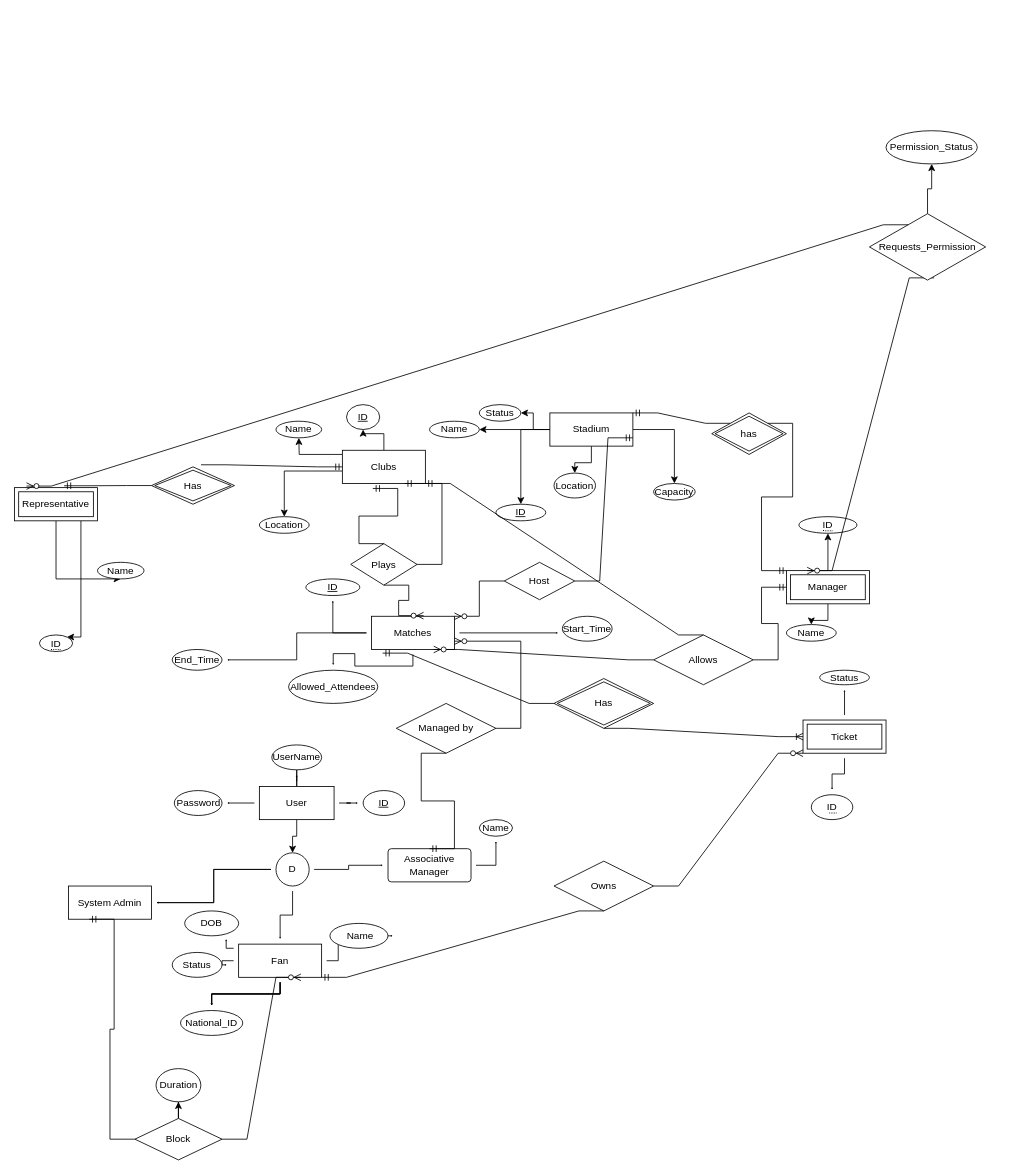
Aelmeky/Stadium_tickets_system keeps this draw.io diagram as MileStone(1).drawio. Above is the earlier version. Source tidied: cells renumbered, new cells numbered last; positions are measured from the earlier drawing's top-left corner, leaving out a move shared by most shapes. Both pictures are drawn from the tidied source at 83%, with x=0, y=0 at pixel (14, 130).
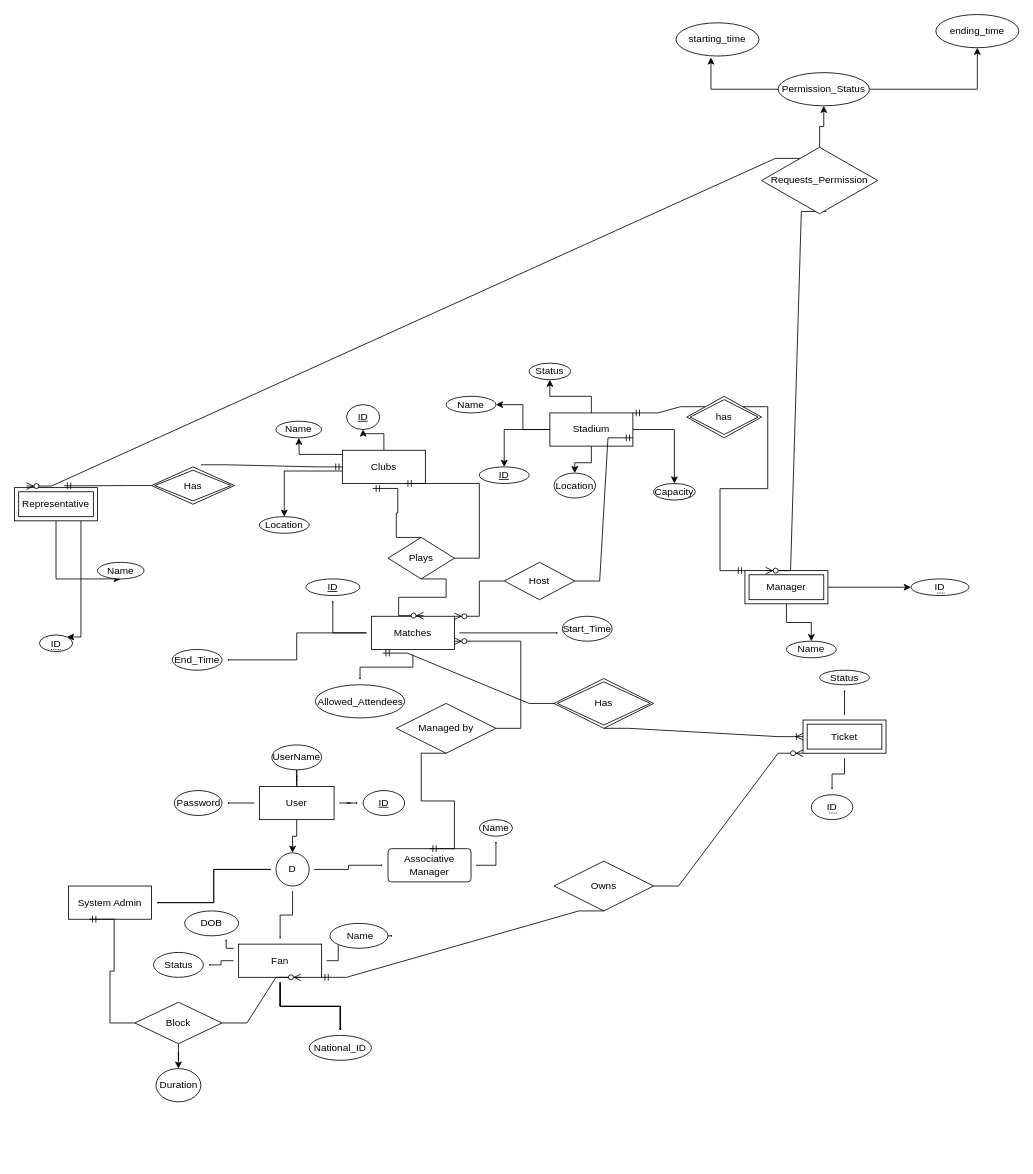
The same diagram, later.

Commit message:
feat: deleting 'allows' relation.

The change refers to these unchanged cells:
```xml
<mxCell id="16" value="Clubs" style="whiteSpace=wrap;html=1;align=center;" parent="1" vertex="1">
  <mxGeometry x="395" y="385" width="100" height="40" as="geometry" />
</mxCell>
<mxCell id="63" value="Matches" style="whiteSpace=wrap;html=1;align=center;" parent="1" vertex="1">
  <mxGeometry x="430" y="585" width="100" height="40" as="geometry" />
</mxCell>
```

Change to the diagram source:
```diff
@@
     <mxCell id="17" value="Name" style="ellipse;whiteSpace=wrap;html=1;align=center;" parent="1" vertex="1">
-      <mxGeometry x="500" y="350" width="60" height="20" as="geometry" />
+      <mxGeometry x="520" y="320" width="60" height="20" as="geometry" />
     </mxCell>
@@
     <mxCell id="19" value="ID" style="ellipse;whiteSpace=wrap;html=1;align=center;fontStyle=4;" parent="1" vertex="1">
-      <mxGeometry x="580" y="450" width="60" height="20" as="geometry" />
+      <mxGeometry x="560" y="405" width="60" height="20" as="geometry" />
     </mxCell>
@@
     <mxCell id="21" value="Status" style="ellipse;whiteSpace=wrap;html=1;align=center;" parent="1" vertex="1">
-      <mxGeometry x="560" y="330" width="50" height="20" as="geometry" />
+      <mxGeometry x="620" y="280" width="50" height="20" as="geometry" />
     </mxCell>
@@
     <mxCell id="32" value="Manager" style="shape=ext;margin=3;double=1;whiteSpace=wrap;html=1;align=center;" parent="1" vertex="1">
-      <mxGeometry x="930" y="530" width="100" height="40" as="geometry" />
+      <mxGeometry x="880" y="530" width="100" height="40" as="geometry" />
     </mxCell>
     <mxCell id="33" value="&lt;span style=&quot;border-bottom: 1px dotted&quot;&gt;ID&lt;/span&gt;" style="ellipse;whiteSpace=wrap;html=1;align=center;" parent="1" vertex="1">
-      <mxGeometry x="945" y="465" width="70" height="20" as="geometry" />
+      <mxGeometry x="1080" y="540" width="70" height="20" as="geometry" />
     </mxCell>
     <mxCell id="34" value="Name" style="ellipse;whiteSpace=wrap;html=1;align=center;" parent="1" vertex="1">
-      <mxGeometry x="930" y="595" width="60" height="20" as="geometry" />
+      <mxGeometry x="930" y="615" width="60" height="20" as="geometry" />
     </mxCell>
@@
     <mxCell id="56" value="Status" style="ellipse;whiteSpace=wrap;html=1;align=center;" parent="1" vertex="1">
-      <mxGeometry x="190" y="990" width="60" height="30" as="geometry" />
+      <mxGeometry x="167.5" y="990" width="60" height="30" as="geometry" />
     </mxCell>
@@
     <mxCell id="58" value="National_ID" style="ellipse;whiteSpace=wrap;html=1;align=center;" parent="1" vertex="1">
-      <mxGeometry x="200" y="1060" width="75" height="30" as="geometry" />
+      <mxGeometry x="355" y="1090" width="75" height="30" as="geometry" />
     </mxCell>
@@
     <mxCell id="67" value="Allowed_Attendees" style="ellipse;whiteSpace=wrap;html=1;align=center;" parent="1" vertex="1">
-      <mxGeometry x="330.2" y="650" width="107.5" height="40" as="geometry" />
+      <mxGeometry x="362.5" y="667.5" width="107.5" height="40" as="geometry" />
     </mxCell>
@@
     <mxCell id="76" value="Plays" style="shape=rhombus;perimeter=rhombusPerimeter;whiteSpace=wrap;html=1;align=center;" parent="1" vertex="1">
-      <mxGeometry x="405" y="497.5" width="80" height="50" as="geometry" />
+      <mxGeometry x="450" y="490" width="80" height="50" as="geometry" />
     </mxCell>
@@
     <mxCell id="86" value="has" style="shape=rhombus;double=1;perimeter=rhombusPerimeter;whiteSpace=wrap;html=1;align=center;" parent="1" vertex="1">
-      <mxGeometry x="840" y="340" width="90" height="50" as="geometry" />
+      <mxGeometry x="810" y="320" width="90" height="50" as="geometry" />
     </mxCell>
@@
-    <mxCell id="88" value="Allows" style="shape=rhombus;perimeter=rhombusPerimeter;whiteSpace=wrap;html=1;align=center;" parent="1" vertex="1">
-      <mxGeometry x="770" y="607.5" width="120" height="60" as="geometry" />
-    </mxCell>
-    <mxCell id="89" style="edgeStyle=entityRelationEdgeStyle;fontSize=12;html=1;endArrow=ERmandOne;rounded=0;entryX=1;entryY=1;entryDx=0;entryDy=0;exitX=0.5;exitY=0;exitDx=0;exitDy=0;" parent="1" edge="1" source="88" target="16">
-      <mxGeometry relative="1" as="geometry" />
-    </mxCell>
@@
-    <mxCell id="93" style="edgeStyle=entityRelationEdgeStyle;fontSize=12;html=1;endArrow=ERzeroToMany;endFill=1;rounded=0;entryX=0.75;entryY=1;entryDx=0;entryDy=0;exitX=0;exitY=0.5;exitDx=0;exitDy=0;" parent="1" edge="1" source="88" target="63">
-      <mxGeometry relative="1" as="geometry" />
-    </mxCell>
-    <mxCell id="94" style="edgeStyle=entityRelationEdgeStyle;fontSize=12;html=1;endArrow=ERmandOne;rounded=0;entryX=0;entryY=0.5;entryDx=0;entryDy=0;" parent="1" edge="1" source="88" target="32">
-      <mxGeometry relative="1" as="geometry" />
-    </mxCell>
@@
+    <mxCell id="111" style="edgeStyle=orthogonalEdgeStyle;rounded=0;jettySize=auto;html=1;exitX=1;exitY=0.5;exitDx=0;exitDy=0;entryX=0.5;entryY=1;entryDx=0;entryDy=0;" parent="1" edge="1" source="101" target="113">
+      <mxGeometry relative="1" as="geometry" />
+    </mxCell>
+    <mxCell id="112" style="edgeStyle=orthogonalEdgeStyle;rounded=0;jettySize=auto;html=1;entryX=0.421;entryY=1.043;entryDx=0;entryDy=0;entryPerimeter=0;" parent="1" edge="1" source="101" target="114">
+      <mxGeometry relative="1" as="geometry" />
+    </mxCell>
     <mxCell id="101" value="Permission_Status" style="ellipse;whiteSpace=wrap;html=1;align=center;" parent="1" vertex="1">
-      <mxGeometry x="1050" width="110" height="40" as="geometry" />
+      <mxGeometry x="920" y="-70" width="110" height="40" as="geometry" />
     </mxCell>
@@
     <mxCell id="104" value="Requests_Permission" style="shape=rhombus;perimeter=rhombusPerimeter;whiteSpace=wrap;html=1;align=center;" parent="1" vertex="1">
-      <mxGeometry x="1030" y="100" width="140" height="80" as="geometry" />
+      <mxGeometry x="900" y="20" width="140" height="80" as="geometry" />
     </mxCell>
@@
     <mxCell id="108" value="Block" style="shape=rhombus;perimeter=rhombusPerimeter;whiteSpace=wrap;html=1;align=center;" parent="1" vertex="1">
-      <mxGeometry x="145" y="1190" width="105" height="50" as="geometry" />
+      <mxGeometry x="145" y="1050" width="105" height="50" as="geometry" />
     </mxCell>
@@
+    <mxCell id="113" value="&lt;div&gt;ending_time&lt;/div&gt;" style="ellipse;whiteSpace=wrap;html=1;align=center;" parent="1" vertex="1">
+      <mxGeometry x="1110" y="-140" width="100" height="40" as="geometry" />
+    </mxCell>
+    <mxCell id="114" value="starting_time" style="ellipse;whiteSpace=wrap;html=1;align=center;" parent="1" vertex="1">
+      <mxGeometry x="797" y="-130" width="100" height="40" as="geometry" />
+    </mxCell>
```
